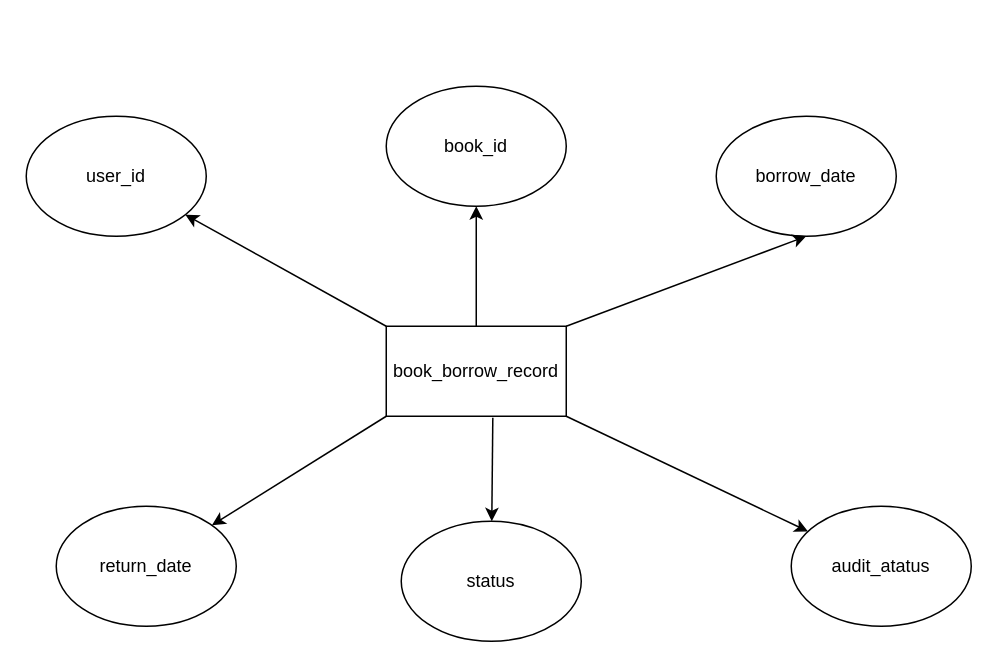
Earlier version of the draw.io diagram database/book_borrow_record.drawio (xiaohei7529/bms). Source tidied: cells renumbered, new cells numbered last; positions are measured from the earlier drawing's top-left corner, leaving out a move shared by most shapes. Both pictures are drawn from the tidied source at 150%, with x=0, y=0 at pixel (26, 86).
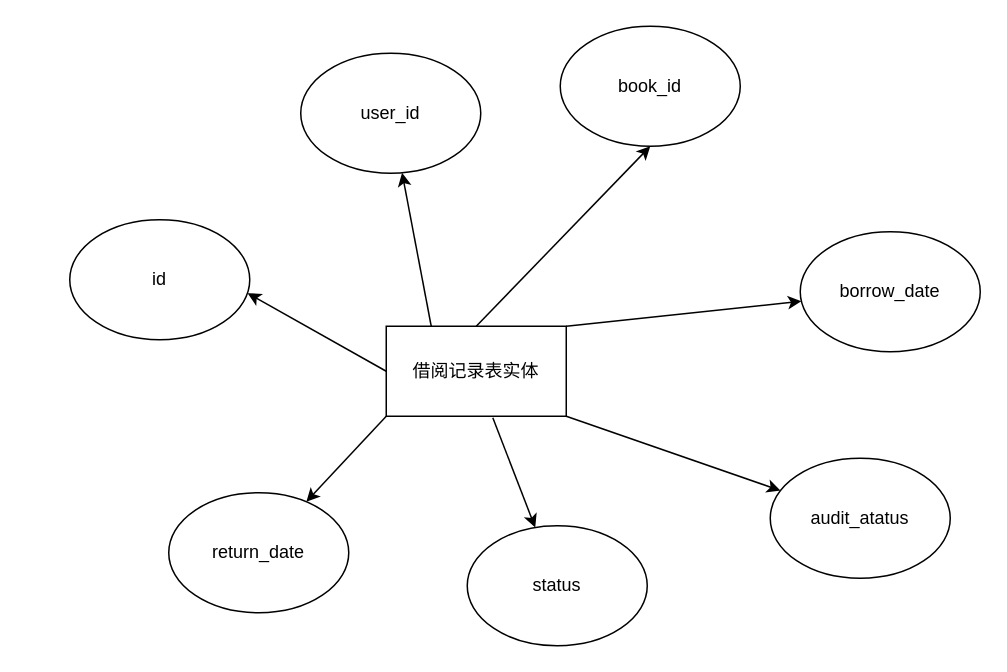
The same diagram, later.

The edit, as a diff of the source:
```diff
@@
 <mxGraphModel>
   <root>
     <mxCell id="0" />
     <mxCell id="1" parent="0" />
-    <mxCell id="2" value="book_borrow_record" style="rounded=0;whiteSpace=wrap;html=1;" parent="1" vertex="1">
+    <mxCell id="2" value="借阅记录表实体" style="rounded=0;whiteSpace=wrap;html=1;" parent="1" vertex="1">
       <mxGeometry x="240" y="160" width="120" height="60" as="geometry" />
     </mxCell>
     <mxCell id="3" value="user_id" style="ellipse;whiteSpace=wrap;html=1;" parent="1" vertex="1">
-      <mxGeometry y="20" width="120" height="80" as="geometry" />
+      <mxGeometry x="183" y="-22" width="120" height="80" as="geometry" />
     </mxCell>
     <mxCell id="4" value="book_id" style="ellipse;whiteSpace=wrap;html=1;" parent="1" vertex="1">
-      <mxGeometry x="240" width="120" height="80" as="geometry" />
+      <mxGeometry x="356" y="-40" width="120" height="80" as="geometry" />
     </mxCell>
     <mxCell id="5" value="borrow_date" style="ellipse;whiteSpace=wrap;html=1;" parent="1" vertex="1">
-      <mxGeometry x="460" y="20" width="120" height="80" as="geometry" />
+      <mxGeometry x="516" y="97" width="120" height="80" as="geometry" />
     </mxCell>
     <mxCell id="6" value="return_date" style="ellipse;whiteSpace=wrap;html=1;" parent="1" vertex="1">
-      <mxGeometry x="20" y="280" width="120" height="80" as="geometry" />
+      <mxGeometry x="95" y="271" width="120" height="80" as="geometry" />
     </mxCell>
     <mxCell id="7" value="status" style="ellipse;whiteSpace=wrap;html=1;" parent="1" vertex="1">
-      <mxGeometry x="250" y="290" width="120" height="80" as="geometry" />
+      <mxGeometry x="294" y="293" width="120" height="80" as="geometry" />
     </mxCell>
-    <mxCell id="8" style="endArrow=classic;html=1;exitX=0;exitY=0;exitDx=0;exitDy=0;" parent="1" edge="1" source="2" target="3">
+    <mxCell id="8" style="endArrow=classic;html=1;exitX=0.25;exitY=0;exitDx=0;exitDy=0;" parent="1" edge="1" source="2" target="3">
       <mxGeometry relative="1" as="geometry" />
     </mxCell>
     <mxCell id="9" style="endArrow=classic;html=1;entryX=0.5;entryY=1;entryDx=0;entryDy=0;exitX=0.5;exitY=0;exitDx=0;exitDy=0;" parent="1" edge="1" source="2" target="4">
       <mxGeometry relative="1" as="geometry" />
     </mxCell>
-    <mxCell id="10" style="endArrow=classic;html=1;entryX=0.5;entryY=1;entryDx=0;entryDy=0;exitX=1;exitY=0;exitDx=0;exitDy=0;" parent="1" edge="1" source="2" target="5">
+    <mxCell id="10" style="endArrow=classic;html=1;exitX=1;exitY=0;exitDx=0;exitDy=0;" parent="1" edge="1" source="2" target="5">
       <mxGeometry relative="1" as="geometry" />
     </mxCell>
     <mxCell id="11" style="endArrow=classic;html=1;exitX=0;exitY=1;exitDx=0;exitDy=0;" parent="1" edge="1" source="2" target="6">
       <mxGeometry relative="1" as="geometry" />
     </mxCell>
     <mxCell id="12" style="endArrow=classic;html=1;exitX=0.592;exitY=1.017;exitDx=0;exitDy=0;exitPerimeter=0;" parent="1" edge="1" source="2" target="7">
       <mxGeometry relative="1" as="geometry" />
     </mxCell>
     <mxCell id="13" value="audit_atatus" style="ellipse;whiteSpace=wrap;html=1;" parent="1" vertex="1">
-      <mxGeometry x="510" y="280" width="120" height="80" as="geometry" />
+      <mxGeometry x="496" y="248" width="120" height="80" as="geometry" />
     </mxCell>
     <mxCell id="14" style="endArrow=classic;html=1;exitX=1;exitY=1;exitDx=0;exitDy=0;" parent="1" edge="1" source="2" target="13">
       <mxGeometry relative="1" as="geometry" />
     </mxCell>
+    <mxCell id="15" style="edgeStyle=none;html=1;entryX=0.988;entryY=0.612;entryDx=0;entryDy=0;exitX=0;exitY=0.5;exitDx=0;exitDy=0;entryPerimeter=0;" parent="1" edge="1" source="2" target="16">
+      <mxGeometry relative="1" as="geometry" />
+    </mxCell>
+    <mxCell id="16" value="id" style="ellipse;whiteSpace=wrap;html=1;" parent="1" vertex="1">
+      <mxGeometry x="29" y="89" width="120" height="80" as="geometry" />
+    </mxCell>
   </root>
 </mxGraphModel>
```
